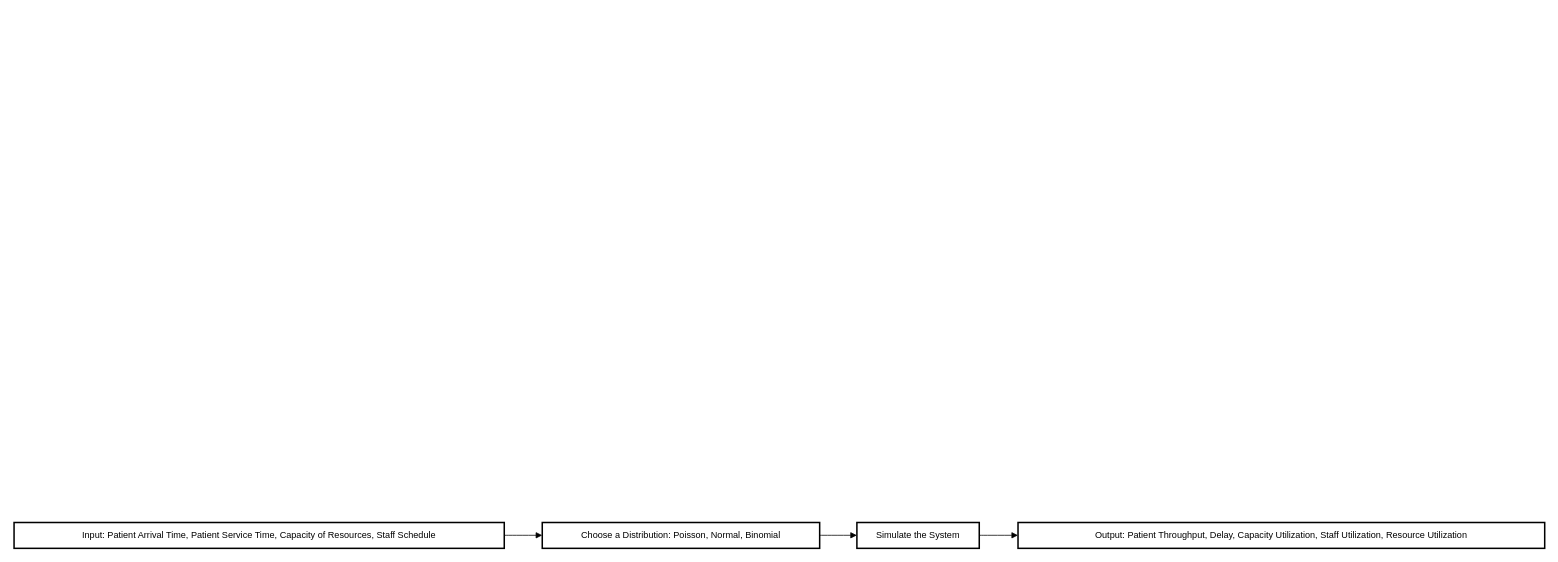
This is img/Untitled Diagram.drawio from ElmTran/ImgStg, a draw.io file, before an edit. Source tidied: cells renumbered, new cells numbered last; positions are measured from the earlier drawing's top-left corner, leaving out a move shared by most shapes. Both pictures are drawn from the tidied source at 76%, with x=0, y=0 at pixel (14, 522).
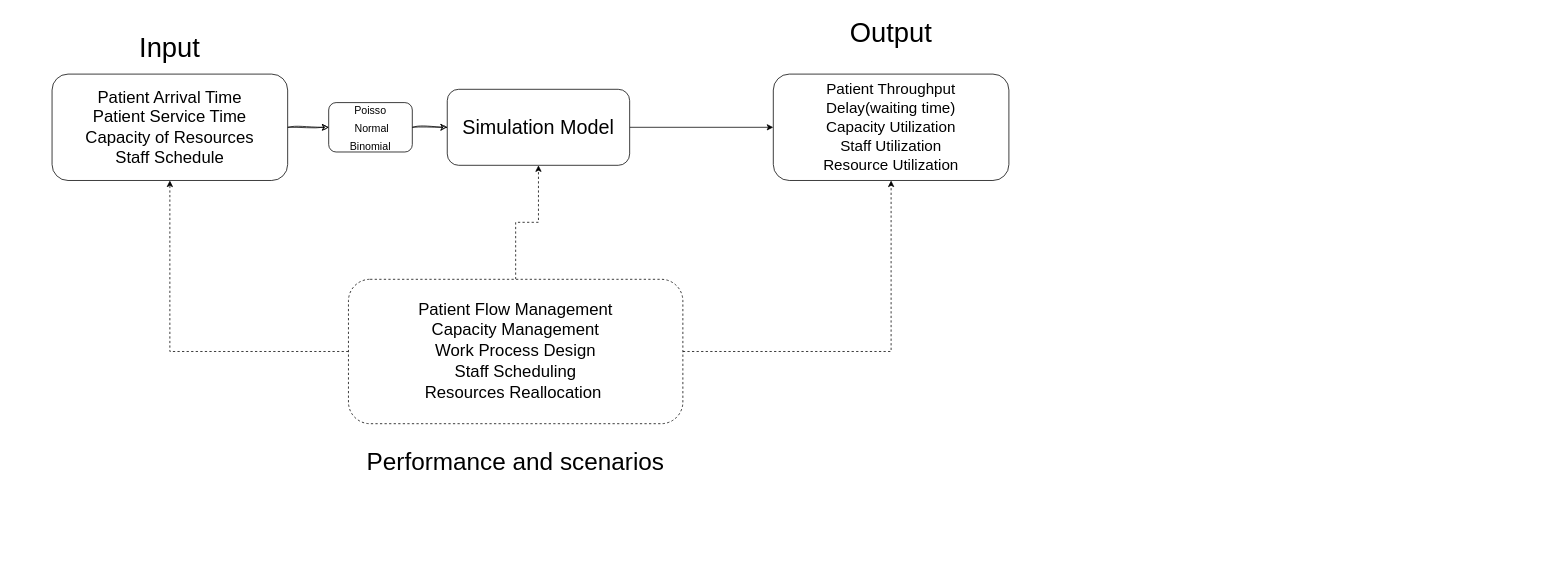
The same diagram, later.

Diff of the diagram source:
```diff
@@
 <mxGraphModel>
   <root>
     <mxCell id="0" />
     <mxCell id="1" parent="0" />
-    <mxCell id="2" value="Input: Patient Arrival Time, Patient Service Time, Capacity of Resources, Staff Schedule" style="whiteSpace=wrap;strokeWidth=2;" parent="1" vertex="1">
-      <mxGeometry width="645" height="34" as="geometry" />
-    </mxCell>
-    <mxCell id="3" value="Choose a Distribution: Poisson, Normal, Binomial" style="whiteSpace=wrap;strokeWidth=2;" parent="1" vertex="1">
-      <mxGeometry x="695" width="365" height="34" as="geometry" />
-    </mxCell>
-    <mxCell id="4" value="Simulate the System" style="whiteSpace=wrap;strokeWidth=2;" parent="1" vertex="1">
-      <mxGeometry x="1109" width="161" height="34" as="geometry" />
-    </mxCell>
-    <mxCell id="5" value="Output: Patient Throughput, Delay, Capacity Utilization, Staff Utilization, Resource Utilization" style="whiteSpace=wrap;strokeWidth=2;" parent="1" vertex="1">
-      <mxGeometry x="1321" width="693" height="34" as="geometry" />
-    </mxCell>
-    <mxCell id="6" style="curved=1;startArrow=none;endArrow=block;exitX=0.9997577519379846;exitY=0.4950980579151827;entryX=-0.0004280821917808219;entryY=0.4950980579151827;" parent="1" edge="1" source="2" target="3">
-      <mxGeometry relative="1" as="geometry" />
-    </mxCell>
-    <mxCell id="7" style="curved=1;startArrow=none;endArrow=block;exitX=0.9985445205479452;exitY=0.4950980579151827;entryX=0.0029114906832298135;entryY=0.4950980579151827;" parent="1" edge="1" source="3" target="4">
-      <mxGeometry relative="1" as="geometry" />
-    </mxCell>
-    <mxCell id="8" style="curved=1;startArrow=none;endArrow=block;exitX=1.0050465838509317;exitY=0.4950980579151827;entryX=-0.00027056277056277056;entryY=0.4950980579151827;" parent="1" edge="1" source="4" target="5">
-      <mxGeometry relative="1" as="geometry" />
-    </mxCell>
+    <mxCell id="9" style="edgeStyle=orthogonalEdgeStyle;rounded=0;sketch=1;hachureGap=4;jiggle=2;curveFitting=1;jettySize=auto;html=1;fontFamily=Architects Daughter;fontSize=16;" parent="1" edge="1" source="10" target="15">
+      <mxGeometry relative="1" as="geometry" />
+    </mxCell>
+    <mxCell id="10" value="&lt;font style=&quot;font-size: 22px;&quot; face=&quot;Helvetica&quot;&gt;Patient Arrival Time&lt;br&gt;Patient Service Time&lt;br&gt;Capacity of Resources&lt;br&gt;Staff Schedule&lt;/font&gt;" style="rounded=1;whiteSpace=wrap;html=1;hachureGap=4;fontFamily=Architects Daughter;fontSize=20;" parent="1" vertex="1">
+      <mxGeometry x="50" y="-590" width="310" height="140" as="geometry" />
+    </mxCell>
+    <mxCell id="11" value="&lt;font style=&quot;font-size: 36px;&quot; face=&quot;Helvetica&quot;&gt;Input&lt;/font&gt;" style="text;strokeColor=none;align=center;fillColor=none;html=1;verticalAlign=middle;whiteSpace=wrap;rounded=0;fontSize=20;fontFamily=Architects Daughter;" parent="1" vertex="1">
+      <mxGeometry x="160" y="-650" width="90" height="50" as="geometry" />
+    </mxCell>
+    <mxCell id="12" style="edgeStyle=orthogonalEdgeStyle;rounded=0;hachureGap=4;jettySize=auto;html=1;fontFamily=Architects Daughter;fontSize=16;shadow=0;" parent="1" edge="1" source="13" target="21">
+      <mxGeometry relative="1" as="geometry" />
+    </mxCell>
+    <mxCell id="13" value="&lt;font style=&quot;font-size: 26px;&quot; face=&quot;Helvetica&quot;&gt;Simulation Model&lt;/font&gt;" style="rounded=1;whiteSpace=wrap;html=1;hachureGap=4;fontFamily=Architects Daughter;fontSize=20;" parent="1" vertex="1">
+      <mxGeometry x="570" y="-570" width="240" height="100" as="geometry" />
+    </mxCell>
+    <mxCell id="14" style="edgeStyle=orthogonalEdgeStyle;rounded=0;sketch=1;hachureGap=4;jiggle=2;curveFitting=1;jettySize=auto;html=1;fontFamily=Architects Daughter;fontSize=16;" parent="1" edge="1" source="15" target="13">
+      <mxGeometry relative="1" as="geometry" />
+    </mxCell>
+    <mxCell id="15" value="&lt;font style=&quot;font-size: 14px;&quot; face=&quot;Helvetica&quot;&gt;Poisso&lt;br&gt;&amp;nbsp;Normal&lt;br&gt;Binomial&lt;/font&gt;" style="rounded=1;whiteSpace=wrap;html=1;hachureGap=4;fontFamily=Architects Daughter;fontSize=20;" parent="1" vertex="1">
+      <mxGeometry x="414" y="-552.5" width="110" height="65" as="geometry" />
+    </mxCell>
+    <mxCell id="16" style="edgeStyle=orthogonalEdgeStyle;rounded=0;hachureGap=4;jettySize=auto;html=1;entryX=0.5;entryY=1;entryDx=0;entryDy=0;fontFamily=Architects Daughter;fontSize=16;dashed=1;" parent="1" edge="1" source="19" target="10">
+      <mxGeometry relative="1" as="geometry" />
+    </mxCell>
+    <mxCell id="17" style="edgeStyle=orthogonalEdgeStyle;rounded=0;hachureGap=4;jettySize=auto;html=1;entryX=0.5;entryY=1;entryDx=0;entryDy=0;fontFamily=Architects Daughter;fontSize=16;dashed=1;" parent="1" edge="1" source="19" target="21">
+      <mxGeometry relative="1" as="geometry" />
+    </mxCell>
+    <mxCell id="18" style="edgeStyle=orthogonalEdgeStyle;rounded=0;hachureGap=4;jettySize=auto;html=1;fontFamily=Architects Daughter;fontSize=16;dashed=1;" parent="1" edge="1" source="19" target="13">
+      <mxGeometry relative="1" as="geometry" />
+    </mxCell>
+    <mxCell id="19" value="&lt;font style=&quot;font-size: 22px;&quot;&gt;&lt;font style=&quot;&quot; face=&quot;Helvetica&quot;&gt;Patient Flow Management&lt;br&gt;Capacity Management&lt;br&gt;Work Process Design&lt;br&gt;Staff Scheduling&lt;br&gt;Resources&amp;nbsp;&lt;/font&gt;&lt;font face=&quot;Helvetica&quot;&gt;Reallocation&amp;nbsp;&lt;/font&gt;&lt;/font&gt;" style="rounded=1;whiteSpace=wrap;html=1;hachureGap=4;fontFamily=Architects Daughter;fontSize=20;dashed=1;" parent="1" vertex="1">
+      <mxGeometry x="440" y="-320" width="440" height="190" as="geometry" />
+    </mxCell>
+    <mxCell id="20" value="&lt;font style=&quot;font-size: 32px;&quot; face=&quot;Helvetica&quot;&gt;Performance and scenarios&lt;/font&gt;" style="text;strokeColor=none;align=center;fillColor=none;html=1;verticalAlign=middle;whiteSpace=wrap;rounded=0;fontSize=20;fontFamily=Architects Daughter;" parent="1" vertex="1">
+      <mxGeometry x="440" y="-110" width="440" height="60" as="geometry" />
+    </mxCell>
+    <mxCell id="21" value="&lt;font face=&quot;Helvetica&quot;&gt;Patient Throughput&lt;br&gt;Delay(waiting time)&lt;br&gt;Capacity Utilization&lt;br&gt;Staff Utilization&lt;br&gt;Resource Utilization&lt;/font&gt;" style="rounded=1;whiteSpace=wrap;html=1;hachureGap=4;fontFamily=Architects Daughter;fontSize=20;" parent="1" vertex="1">
+      <mxGeometry x="999" y="-590" width="310" height="140" as="geometry" />
+    </mxCell>
+    <mxCell id="22" value="&lt;font style=&quot;font-size: 36px;&quot; face=&quot;Helvetica&quot;&gt;Output&lt;/font&gt;" style="text;strokeColor=none;align=center;fillColor=none;html=1;verticalAlign=middle;whiteSpace=wrap;rounded=0;fontSize=20;fontFamily=Architects Daughter;" parent="1" vertex="1">
+      <mxGeometry x="1109" y="-670" width="90" height="50" as="geometry" />
+    </mxCell>
   </root>
 </mxGraphModel>
```
